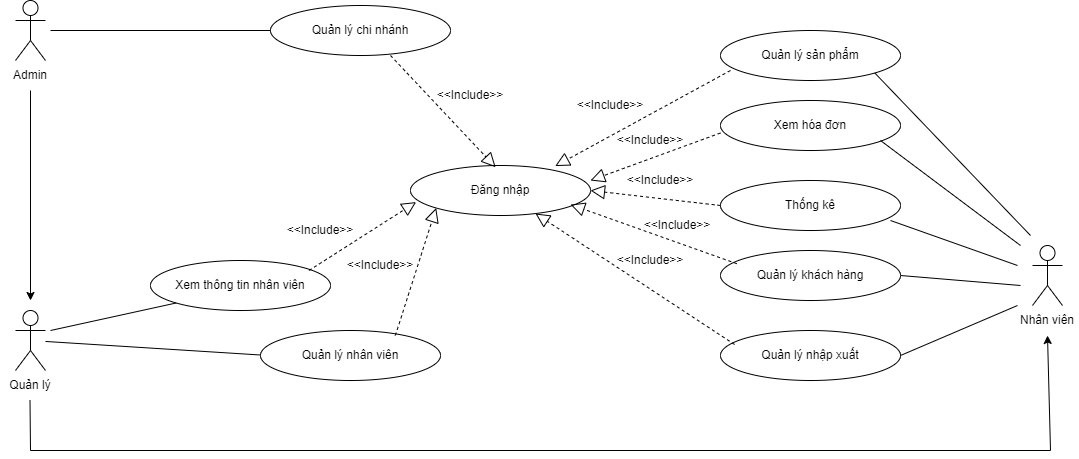
The draw.io diagram Sơ Đồ UseCase.png in ChauCongTu/thiet-ke-linh-tinh, before a commit. Source tidied: cells renumbered, new cells last; positions are measured from the earlier drawing's top-left corner, leaving out a move shared by most shapes.
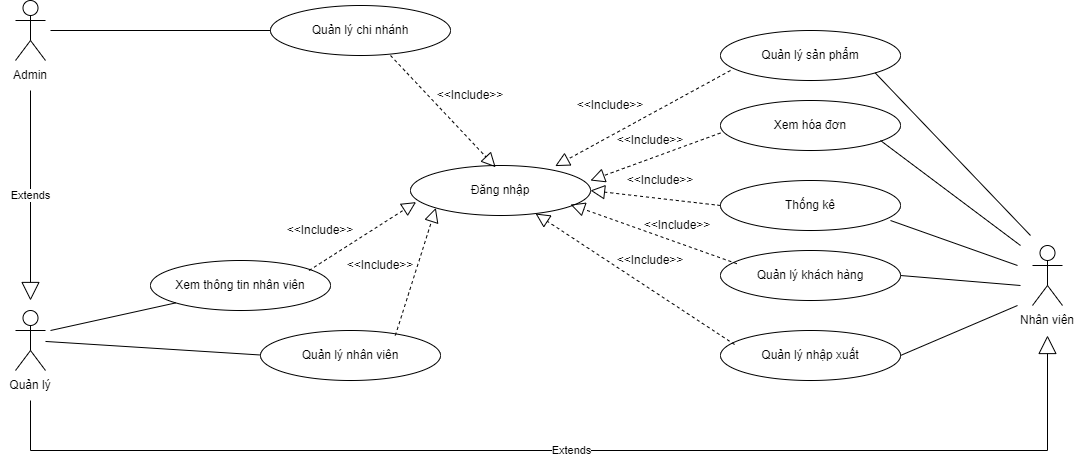
After the commit.

Commit message:
Cập nhật Sơ Đồ UseCase.png

The edit, as a diff of the source:
```diff
@@ -152,19 +152,18 @@
     <mxCell id="40" value="&amp;lt;&amp;lt;Include&amp;gt;&amp;gt;" style="text;html=1;strokeColor=none;fillColor=none;align=center;verticalAlign=middle;whiteSpace=wrap;rounded=0;" parent="1" vertex="1">
       <mxGeometry x="290" y="215" width="60" height="30" as="geometry" />
     </mxCell>
-    <mxCell id="41" style="endArrow=classic;html=1;rounded=0;exitX=0.5;exitY=1;exitDx=0;exitDy=0;" parent="1" edge="1" source="3">
-      <mxGeometry relative="1" as="geometry">
-        <mxPoint x="30" y="300" as="targetPoint" />
-      </mxGeometry>
-    </mxCell>
-    <mxCell id="42" style="endArrow=classic;html=1;rounded=0;exitX=0.5;exitY=1;exitDx=0;exitDy=0;entryX=0.5;entryY=1;entryDx=0;entryDy=0;" parent="1" edge="1" target="5">
-      <mxGeometry relative="1" as="geometry">
-        <mxPoint x="29.5" y="400" as="sourcePoint" />
-        <Array as="points">
-          <mxPoint x="30" y="450" />
-          <mxPoint x="1050" y="450" />
-        </Array>
-      </mxGeometry>
-    </mxCell>
+    <mxCell id="43" value="Extends" style="endArrow=block;endSize=16;endFill=0;html=1;rounded=0;entryX=0.5;entryY=1;entryDx=0;entryDy=0;exitX=0.5;exitY=1;exitDx=0;exitDy=0;" parent="1" edge="1" source="7" target="5">
+      <mxGeometry relative="1" as="geometry">
+        <Array as="points">
+          <mxPoint x="30" y="450" />
+          <mxPoint x="1047" y="450" />
+        </Array>
+      </mxGeometry>
+    </mxCell>
+    <mxCell id="44" value="Extends" style="endArrow=block;endSize=16;endFill=0;html=1;rounded=0;exitX=0.5;exitY=1;exitDx=0;exitDy=0;" parent="1" edge="1" source="3">
+      <mxGeometry relative="1" as="geometry">
+        <mxPoint x="30" y="300" as="targetPoint" />
+      </mxGeometry>
+    </mxCell>
   </root>
 </mxGraphModel>
```
